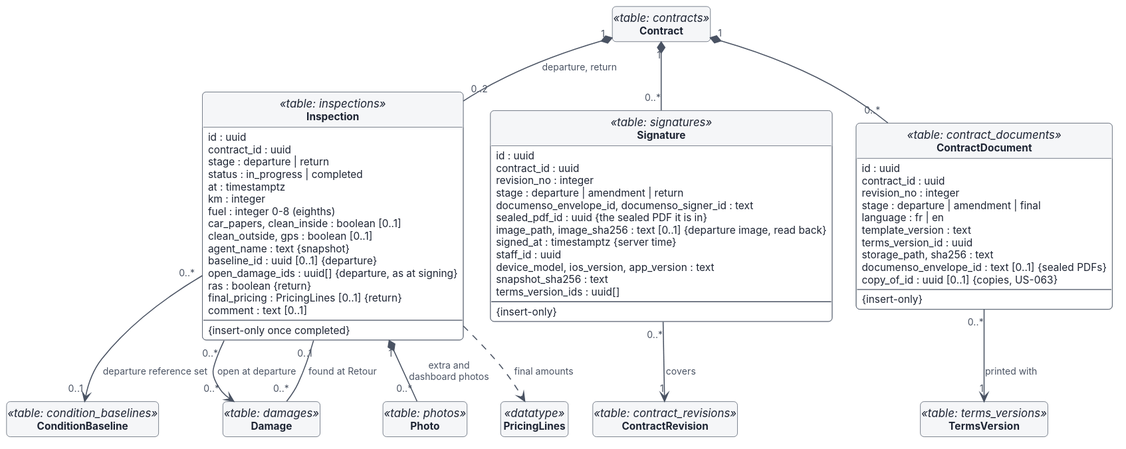
ColJurten/mccarriviera-staff-app keeps this PlantUML diagram as docs/architecture/svg/08-data-evidence.svg. Above is the earlier version.
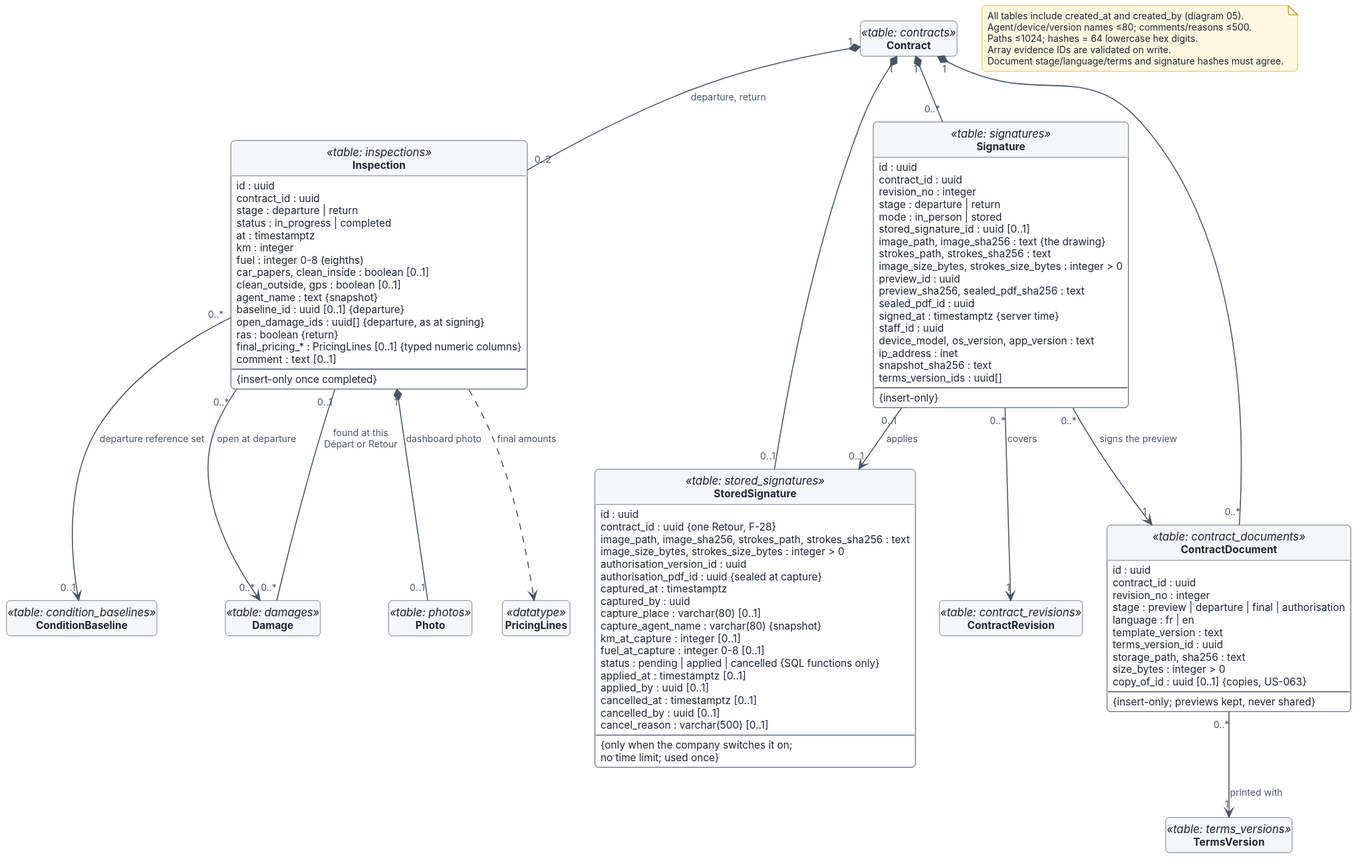
After the commit.

Diff of the diagram source:
```diff
@@ -35,7 +35,7 @@
   baseline_id : uuid [0..1] {departure}
   open_damage_ids : uuid[] {departure, as at signing}
   ras : boolean {return}
-  final_pricing : PricingLines [0..1] {return}
+  final_pricing_* : PricingLines [0..1] {typed numeric columns}
   comment : text [0..1]
   --
   {insert-only once completed}
@@ -45,42 +45,82 @@
   id : uuid
   contract_id : uuid
   revision_no : integer
-  stage : departure | amendment | return
-  documenso_envelope_id, documenso_signer_id : text
-  sealed_pdf_id : uuid {the sealed PDF it is in}
-  image_path, image_sha256 : text [0..1] {departure image, read back}
+  stage : departure | return
+  mode : in_person | stored
+  stored_signature_id : uuid [0..1]
+  image_path, image_sha256 : text {the drawing}
+  strokes_path, strokes_sha256 : text
+  image_size_bytes, strokes_size_bytes : integer > 0
+  preview_id : uuid
+  preview_sha256, sealed_pdf_sha256 : text
+  sealed_pdf_id : uuid
   signed_at : timestamptz {server time}
   staff_id : uuid
-  device_model, ios_version, app_version : text
+  device_model, os_version, app_version : text
+  ip_address : inet
   snapshot_sha256 : text
   terms_version_ids : uuid[]
   --
   {insert-only}
 }
 
+class StoredSignature <<table: stored_signatures>> {
+  id : uuid
+  contract_id : uuid {one Retour, F-28}
+  image_path, image_sha256, strokes_path, strokes_sha256 : text
+  image_size_bytes, strokes_size_bytes : integer > 0
+  authorisation_version_id : uuid
+  authorisation_pdf_id : uuid {sealed at capture}
+  captured_at : timestamptz
+  captured_by : uuid
+  capture_place : varchar(80) [0..1]
+  capture_agent_name : varchar(80) {snapshot}
+  km_at_capture : integer [0..1]
+  {field} fuel_at_capture : integer 0-8 [0..1]
+  status : pending | applied | cancelled {SQL functions only}
+  applied_at : timestamptz [0..1]
+  applied_by : uuid [0..1]
+  cancelled_at : timestamptz [0..1]
+  cancelled_by : uuid [0..1]
+  cancel_reason : varchar(500) [0..1]
+  --
+  {only when the company switches it on;
+  no time limit; used once}
+}
+
 class ContractDocument <<table: contract_documents>> {
   id : uuid
   contract_id : uuid
   revision_no : integer
-  stage : departure | amendment | final
+  stage : preview | departure | final | authorisation
   language : fr | en
   template_version : text
   terms_version_id : uuid
   storage_path, sha256 : text
-  documenso_envelope_id : text [0..1] {sealed PDFs}
+  size_bytes : integer > 0
   copy_of_id : uuid [0..1] {copies, US-063}
   --
-  {insert-only}
+  {insert-only; previews kept, never shared}
 }
 
 Contract "1" *-- "0..2" Inspection : departure, return
 Contract "1" *-- "0..*" Signature
+Contract "1" *-- "0..1" StoredSignature
+Signature "0..1" --> "0..1" StoredSignature : applies
 Contract "1" *-- "0..*" ContractDocument
 Inspection "0..*" --> "0..1" ConditionBaseline : departure reference set
 Inspection "0..*" --> "0..*" Damage : open at departure
-Inspection "0..1" -- "0..*" Damage : found at Retour
-Inspection "1" *-- "0..*" Photo : extra and\ndashboard photos
+Inspection "0..1" -- "0..*" Damage : found at this\nDépart or Retour
+Inspection "1" *-- "0..1" Photo : dashboard photo
 Inspection ..> PricingLines : final amounts
 Signature "0..*" --> "1" ContractRevision : covers
+Signature "0..*" --> "1" ContractDocument : signs the preview
 ContractDocument "0..*" --> "1" TermsVersion : printed with
+note as Constraints
+All tables include created_at and created_by (diagram 05).
+Agent/device/version names ≤80; comments/reasons ≤500.
+Paths ≤1024; hashes = 64 lowercase hex digits.
+Array evidence IDs are validated on write.
+Document stage/language/terms and signature hashes must agree.
+end note
 @enduml
```
